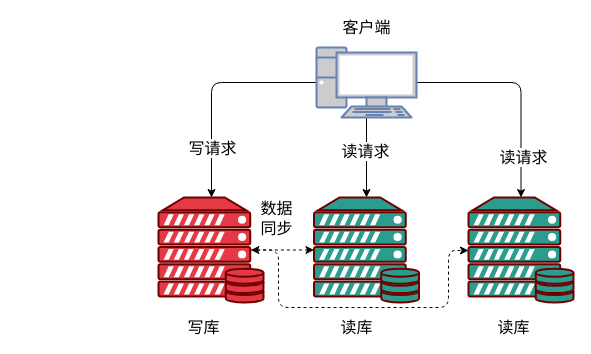
The draw.io diagram page "mysql-client-readwrite" (1 of 45) of mysql/mysql.drawio in boilingfrog/Go-POINT, before the edit. Source tidied: cells renumbered, new cells numbered last; positions are measured from the earlier drawing's top-left corner, leaving out a move shared by most shapes. Both pictures are drawn from the tidied source at 100%, with x=0, y=0 at pixel (158, 17).
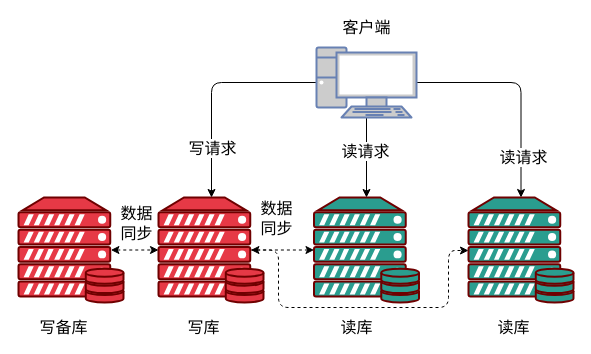
The same diagram, later.

Unchanged cells that the change refers to:
```xml
<mxCell id="7" style="fontColor=#ffffff;verticalAlign=top;verticalLabelPosition=bottom;labelPosition=center;align=center;html=1;outlineConnect=0;fillColor=#E63946;strokeColor=#6F0000;gradientDirection=north;strokeWidth=2;shape=mxgraph.networks.server_storage;" parent="1" vertex="1">
  <mxGeometry y="180" width="105" height="105" as="geometry" />
</mxCell>
```

What changed in the source:
```diff
@@
+    <mxCell id="19" style="edgeStyle=none;html=1;entryX=0;entryY=0.5;entryDx=0;entryDy=0;entryPerimeter=0;dashed=1;fontSize=16;startArrow=classic;startFill=1;exitX=0.88;exitY=0.5;exitDx=0;exitDy=0;exitPerimeter=0;" parent="1" edge="1" source="20" target="7">
+      <mxGeometry relative="1" as="geometry" />
+    </mxCell>
+    <mxCell id="20" style="fontColor=#ffffff;verticalAlign=top;verticalLabelPosition=bottom;labelPosition=center;align=center;html=1;outlineConnect=0;fillColor=#E63946;strokeColor=#6F0000;gradientDirection=north;strokeWidth=2;shape=mxgraph.networks.server_storage;" parent="1" vertex="1">
+      <mxGeometry x="-140" y="180" width="105" height="105" as="geometry" />
+    </mxCell>
+    <mxCell id="21" value="写备库" style="text;html=1;align=center;verticalAlign=middle;strokeColor=none;fillColor=none;fontSize=16;" parent="1" vertex="1">
+      <mxGeometry x="-125" y="300" width="60" height="20" as="geometry" />
+    </mxCell>
+    <mxCell id="22" value="数据&lt;br&gt;同步" style="edgeLabel;html=1;align=center;verticalAlign=middle;fontSize=16;" parent="1" vertex="1">
+      <mxGeometry x="128.9" y="232.5" as="geometry">
+        <mxPoint x="-151" y="-27" as="offset" />
+      </mxGeometry>
+    </mxCell>
```
